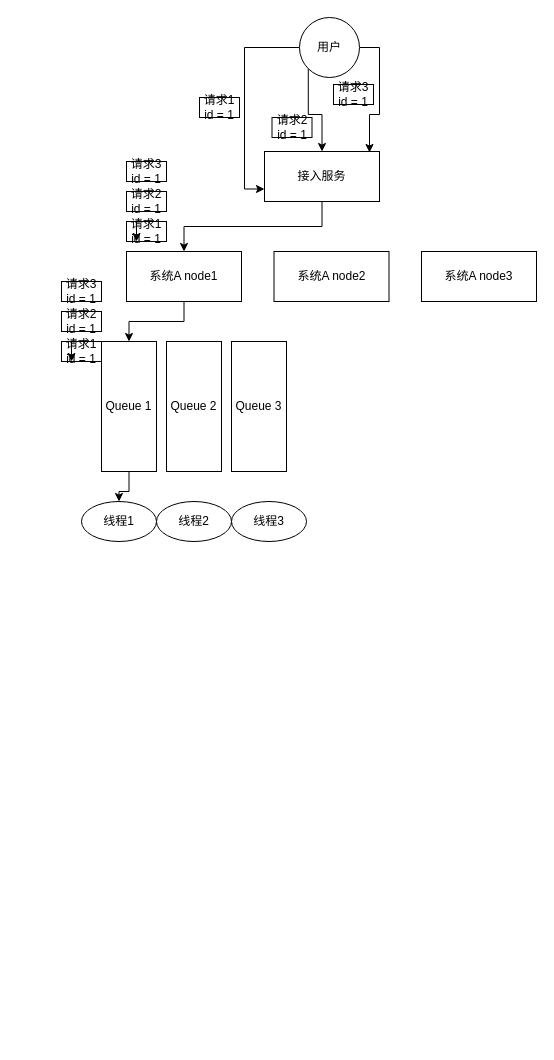
The draw.io diagram 面试题/drawio/dubbo面试题.drawio in codekeeperjava/Tech, before the edit. Source tidied: cells renumbered, new cells numbered last; positions are measured from the earlier drawing's top-left corner, leaving out a move shared by most shapes. Both pictures are drawn from the tidied source at 100%, with x=0, y=0 at pixel (61, 17).
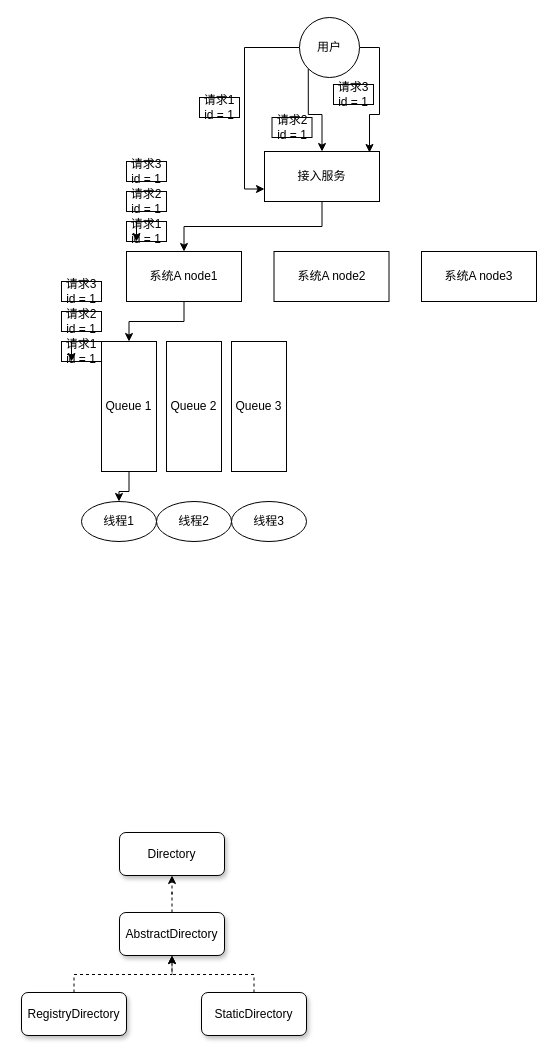
The same page after the edit.

Diff of the diagram source:
```diff
@@
+    <mxCell id="30" value="Directory" style="rounded=1;whiteSpace=wrap;html=1;shadow=1;" parent="1" vertex="1">
+      <mxGeometry x="58" y="815" width="105" height="43" as="geometry" />
+    </mxCell>
+    <mxCell id="31" style="edgeStyle=orthogonalEdgeStyle;rounded=0;jettySize=auto;html=1;exitX=0.5;exitY=0;exitDx=0;exitDy=0;dashed=1;" parent="1" edge="1" source="32" target="30">
+      <mxGeometry relative="1" as="geometry" />
+    </mxCell>
+    <mxCell id="32" value="AbstractDirectory" style="rounded=1;whiteSpace=wrap;html=1;shadow=1;" parent="1" vertex="1">
+      <mxGeometry x="58" y="895" width="105" height="43" as="geometry" />
+    </mxCell>
+    <mxCell id="33" style="edgeStyle=elbowEdgeStyle;rounded=0;jettySize=auto;html=1;exitX=0.5;exitY=0;exitDx=0;exitDy=0;elbow=vertical;dashed=1;" parent="1" edge="1" source="34" target="32">
+      <mxGeometry relative="1" as="geometry" />
+    </mxCell>
+    <mxCell id="34" value="RegistryDirectory" style="rounded=1;whiteSpace=wrap;html=1;shadow=1;" parent="1" vertex="1">
+      <mxGeometry x="-40" y="975" width="105" height="43" as="geometry" />
+    </mxCell>
+    <mxCell id="35" style="edgeStyle=elbowEdgeStyle;rounded=0;jettySize=auto;elbow=vertical;html=1;exitX=0.5;exitY=0;exitDx=0;exitDy=0;entryX=0.5;entryY=1;entryDx=0;entryDy=0;dashed=1;" parent="1" edge="1" source="36" target="32">
+      <mxGeometry relative="1" as="geometry" />
+    </mxCell>
+    <mxCell id="36" value="StaticDirectory" style="rounded=1;whiteSpace=wrap;html=1;shadow=1;" parent="1" vertex="1">
+      <mxGeometry x="140" y="975" width="105" height="43" as="geometry" />
+    </mxCell>
```
